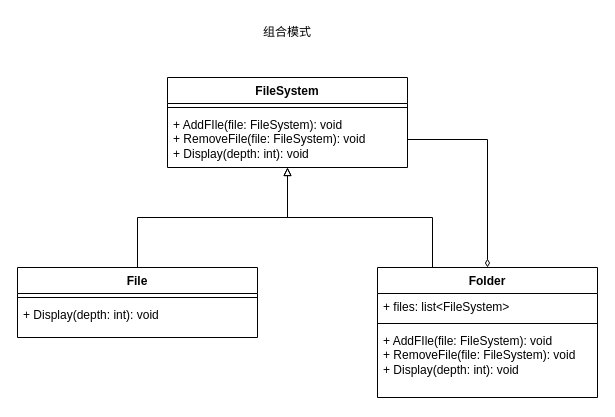
The draw.io diagram page "第 1 页" (1 of 4) of DesignPatterns.drawio in wjjs/learn_design_patterns, before the edit. Source tidied: cells renumbered, new cells numbered last; positions are measured from the earlier drawing's top-left corner, leaving out a move shared by most shapes. Both pictures are drawn from the tidied source at 100%, with x=0, y=0 at pixel (17, 17).
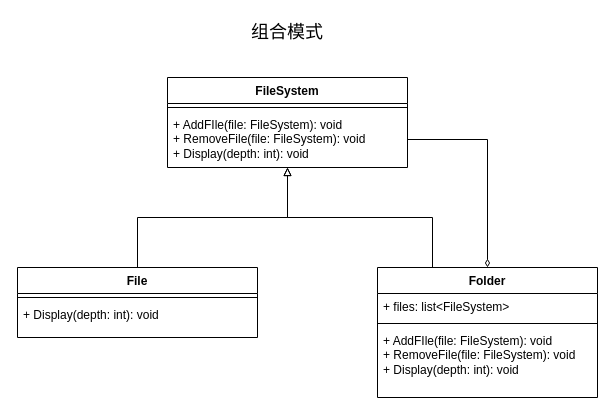
After the change.

Diff of the diagram source:
```diff
@@
 <mxGraphModel>
   <root>
     <mxCell id="0" />
     <mxCell id="1" parent="0" />
     <mxCell id="2" style="edgeStyle=orthogonalEdgeStyle;rounded=0;jettySize=auto;html=1;entryX=0.5;entryY=0;entryDx=0;entryDy=0;startArrow=block;startFill=0;endArrow=none;endFill=0;" parent="1" edge="1" source="4" target="7">
       <mxGeometry relative="1" as="geometry" />
     </mxCell>
     <mxCell id="3" style="edgeStyle=orthogonalEdgeStyle;rounded=0;jettySize=auto;html=1;entryX=0.25;entryY=0;entryDx=0;entryDy=0;endArrow=none;endFill=0;startArrow=block;startFill=0;" parent="1" edge="1" source="4" target="10">
       <mxGeometry relative="1" as="geometry" />
     </mxCell>
     <mxCell id="4" value="FileSystem" style="swimlane;fontStyle=1;align=center;verticalAlign=top;horizontal=1;startSize=26;whiteSpace=wrap;html=1;" parent="1" vertex="1">
       <mxGeometry x="150" y="60" width="240" height="90" as="geometry" />
     </mxCell>
     <mxCell id="5" style="line;strokeWidth=1;fillColor=none;align=left;verticalAlign=middle;spacingTop=-1;spacingLeft=3;spacingRight=3;labelPosition=right;strokeColor=inherit;" parent="4" vertex="1">
       <mxGeometry y="26" width="240" height="8" as="geometry" />
     </mxCell>
     <mxCell id="6" value="+ AddFIle(file: FileSystem): void&lt;div&gt;+ RemoveFile(file: FileSystem): void&lt;/div&gt;&lt;div&gt;+ Display(depth: int): void&lt;/div&gt;" style="text;strokeColor=none;fillColor=none;align=left;verticalAlign=top;spacingLeft=4;spacingRight=4;overflow=hidden;points=[[0,0.5],[1,0.5]];portConstraint=eastwest;whiteSpace=wrap;html=1;" parent="4" vertex="1">
       <mxGeometry y="34" width="240" height="56" as="geometry" />
     </mxCell>
     <mxCell id="7" value="File" style="swimlane;fontStyle=1;align=center;verticalAlign=top;horizontal=1;startSize=26;whiteSpace=wrap;html=1;" parent="1" vertex="1">
       <mxGeometry y="250" width="240" height="70" as="geometry" />
     </mxCell>
     <mxCell id="8" style="line;strokeWidth=1;fillColor=none;align=left;verticalAlign=middle;spacingTop=-1;spacingLeft=3;spacingRight=3;labelPosition=right;strokeColor=inherit;" parent="7" vertex="1">
       <mxGeometry y="26" width="240" height="8" as="geometry" />
     </mxCell>
     <mxCell id="9" value="&lt;div&gt;+ Display(depth: int): void&lt;/div&gt;" style="text;strokeColor=none;fillColor=none;align=left;verticalAlign=top;spacingLeft=4;spacingRight=4;overflow=hidden;whiteSpace=wrap;html=1;" parent="7" vertex="1">
       <mxGeometry y="34" width="240" height="36" as="geometry" />
     </mxCell>
     <mxCell id="10" value="Folder" style="swimlane;fontStyle=1;align=center;verticalAlign=top;horizontal=1;startSize=26;whiteSpace=wrap;html=1;" parent="1" vertex="1">
       <mxGeometry x="360" y="250" width="220" height="130" as="geometry" />
     </mxCell>
     <mxCell id="11" value="+ files: list&amp;lt;FileSystem&amp;gt;" style="text;strokeColor=none;fillColor=none;align=left;verticalAlign=top;spacingLeft=4;spacingRight=4;overflow=hidden;whiteSpace=wrap;html=1;" parent="10" vertex="1">
       <mxGeometry y="26" width="220" height="26" as="geometry" />
     </mxCell>
     <mxCell id="12" style="line;strokeWidth=1;fillColor=none;align=left;verticalAlign=middle;spacingTop=-1;spacingLeft=3;spacingRight=3;labelPosition=right;strokeColor=inherit;" parent="10" vertex="1">
       <mxGeometry y="52" width="220" height="8" as="geometry" />
     </mxCell>
     <mxCell id="13" value="+ AddFIle(file: FileSystem): void&lt;div&gt;+ RemoveFile(file: FileSystem): void&lt;/div&gt;&lt;div&gt;+&amp;nbsp;&lt;span style=&quot;background-color: transparent; color: light-dark(rgb(0, 0, 0), rgb(255, 255, 255));&quot;&gt;Display(depth: int): void&lt;/span&gt;&lt;/div&gt;" style="text;strokeColor=none;fillColor=none;align=left;verticalAlign=top;spacingLeft=4;spacingRight=4;overflow=hidden;whiteSpace=wrap;html=1;" parent="10" vertex="1">
       <mxGeometry y="60" width="220" height="70" as="geometry" />
     </mxCell>
     <mxCell id="14" style="edgeStyle=orthogonalEdgeStyle;rounded=0;jettySize=auto;html=1;endArrow=diamondThin;endFill=0;" parent="1" edge="1" source="6" target="10">
       <mxGeometry relative="1" as="geometry" />
     </mxCell>
-    <mxCell id="15" value="组合模式" style="text;html=1;whiteSpace=wrap;strokeColor=none;fillColor=none;align=center;verticalAlign=middle;rounded=0;" parent="1" vertex="1">
+    <mxCell id="15" value="&lt;font style=&quot;font-size: 18px;&quot;&gt;组合模式&lt;/font&gt;" style="text;html=1;whiteSpace=wrap;strokeColor=none;fillColor=none;align=center;verticalAlign=middle;rounded=0;" parent="1" vertex="1">
       <mxGeometry x="215" width="110" height="30" as="geometry" />
     </mxCell>
   </root>
 </mxGraphModel>
```
